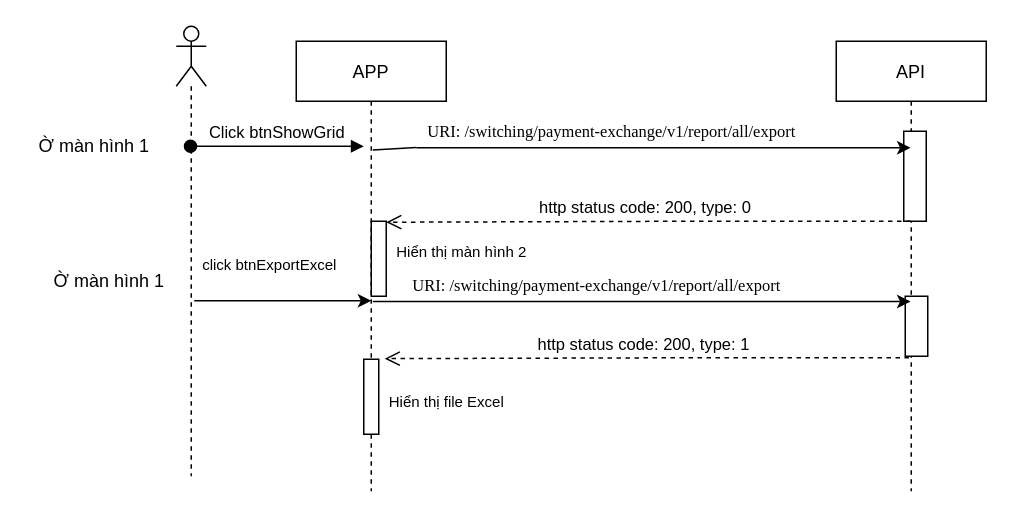
The draw.io diagram page "báo cáo tổng hợp" (1 of 3) of Untitled Diagram.drawio in anhpham02/DemoGit, before the edit. Source tidied: cells renumbered, new cells numbered last; positions are measured from the earlier drawing's top-left corner, leaving out a move shared by most shapes. Both pictures are drawn from the tidied source at 150%, with x=0, y=0 at pixel (26, 26).
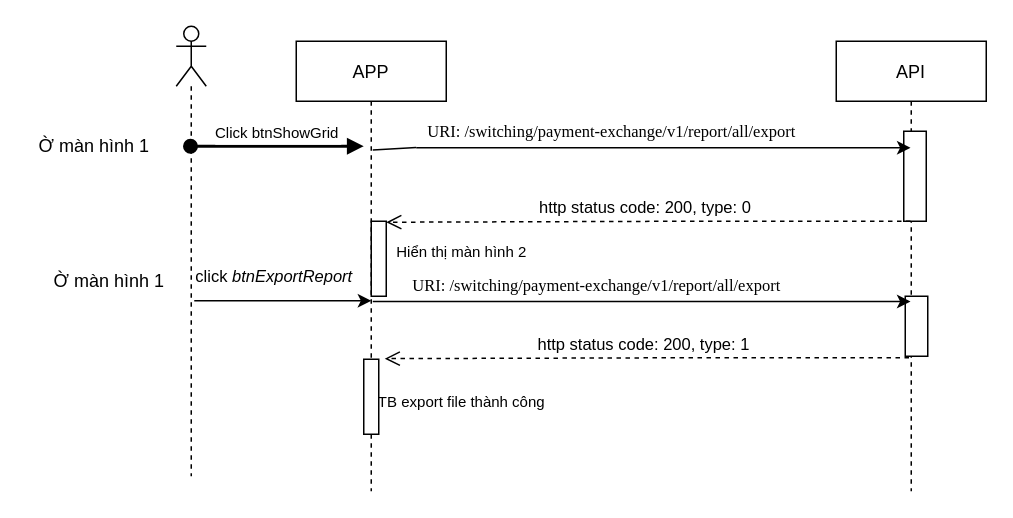
The same page after the edit.

The change refers to these unchanged cells:
```xml
<mxCell id="8" style="shape=umlLifeline;participant=umlActor;perimeter=lifelinePerimeter;whiteSpace=wrap;html=1;verticalAlign=top;spacingTop=36;outlineConnect=0;" parent="1" vertex="1">
  <mxGeometry x="100" width="20" height="300" as="geometry" />
</mxCell>
```

The edit, as a diff of the source:
```diff
@@
-    <mxCell id="9" value="Click btnShowGrid" style="verticalAlign=bottom;startArrow=oval;endArrow=block;startSize=8;shadow=0;strokeWidth=1;" parent="1" edge="1" source="8">
+    <mxCell id="9" value="Click btnShowGrid" style="verticalAlign=bottom;startArrow=oval;endArrow=block;startSize=8;shadow=0;strokeWidth=2;fontSize=10;" parent="1" edge="1" source="8">
       <mxGeometry relative="1" as="geometry">
         <mxPoint x="225" y="80" as="targetPoint" />
         <Array as="points">
           <mxPoint x="170" y="80" />
         </Array>
       </mxGeometry>
     </mxCell>
@@
-    <mxCell id="13" value="click btnExportExcel" style="text;html=1;align=center;verticalAlign=middle;strokeColor=none;fillColor=none;fontSize=10;" parent="1" vertex="1">
-      <mxGeometry x="112" y="149" width="100" height="20" as="geometry" />
+    <mxCell id="13" value="&lt;font style=&quot;font-size: 11px;&quot;&gt;click&amp;nbsp;&lt;i&gt;&lt;span style=&quot;line-height: 115%; font-family: Arial, sans-serif;&quot;&gt;btnExportReport&lt;/span&gt;&lt;/i&gt;&lt;/font&gt;" style="text;html=1;align=center;verticalAlign=middle;strokeColor=none;fillColor=none;fontSize=10;" parent="1" vertex="1">
+      <mxGeometry x="105" y="157" width="120" height="20" as="geometry" />
     </mxCell>
@@
-    <mxCell id="22" value="&lt;span style=&quot;font-size: 10px;&quot;&gt;Hiển thị file Excel&lt;/span&gt;" style="text;html=1;align=center;verticalAlign=middle;strokeColor=none;fillColor=none;" parent="1" vertex="1">
-      <mxGeometry x="235" y="240" width="90" height="20" as="geometry" />
+    <mxCell id="22" value="&lt;span style=&quot;font-size: 10px;&quot;&gt;TB export file thành công&lt;/span&gt;" style="text;html=1;align=center;verticalAlign=middle;strokeColor=none;fillColor=none;" parent="1" vertex="1">
+      <mxGeometry x="225" y="240" width="130" height="20" as="geometry" />
     </mxCell>
```
